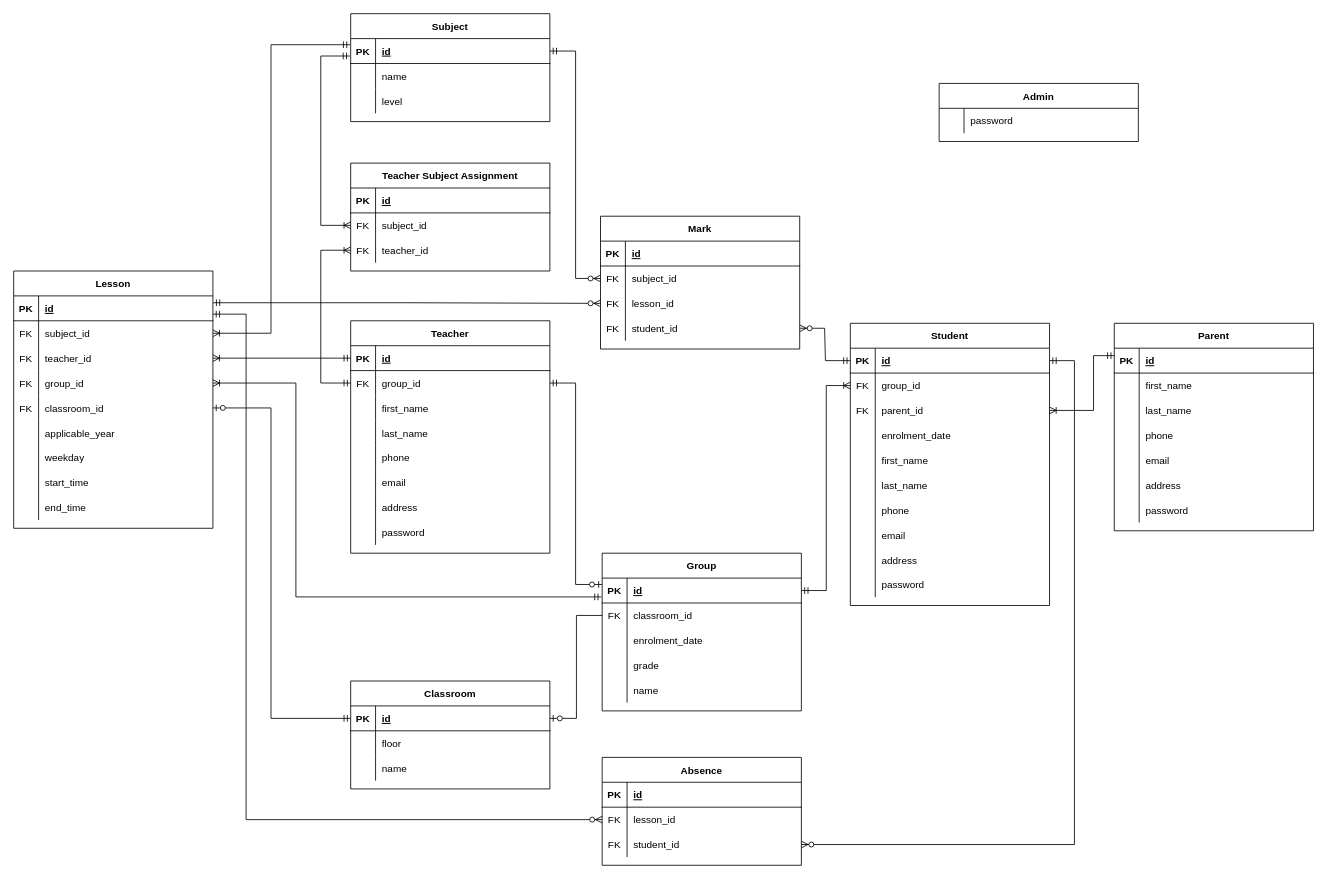
Gherasim-Andrei-Albert/High-School-App keeps this draw.io diagram as Diagrams/High School DB ERD Diagram.drawio.xml. Above is the earlier version. Source tidied: cells renumbered, new cells numbered last; positions are measured from the earlier drawing's top-left corner, leaving out a move shared by most shapes. Both pictures are drawn from the tidied source at 83%, with x=0, y=0 at pixel (13, 13).
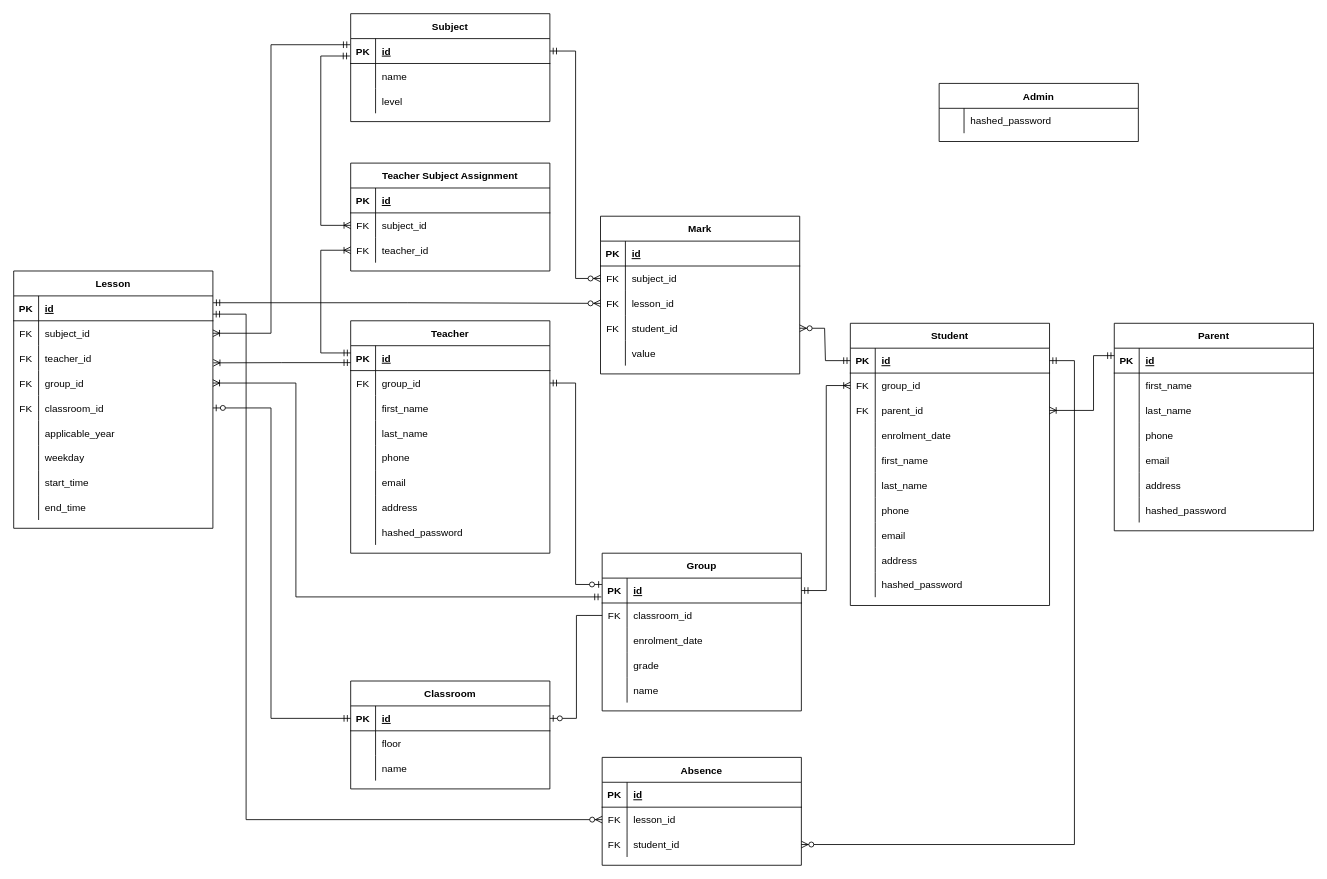
Above is the later version.

Commit message (it also covers changes not shown here):
fixed mistakes on db diagram

The change refers to these unchanged cells:
```xml
<mxCell id="3" style="shape=partialRectangle;fillColor=none;points=[[0,0.5],[1,0.5]];portConstraint=eastwest;top=0;left=0;right=0;bottom=1;" parent="2" vertex="1">
  <mxGeometry y="30" width="240" height="30" as="geometry" />
</mxCell>
<mxCell id="6" style="shape=partialRectangle;fillColor=none;points=[[0,0.5],[1,0.5]];portConstraint=eastwest;top=0;left=0;right=0;bottom=0;" parent="2" vertex="1">
  <mxGeometry y="60" width="240" height="30" as="geometry" />
</mxCell>
<mxCell id="24" style="shape=partialRectangle;fillColor=none;top=0;left=0;right=0;bottom=0;" parent="2" vertex="1">
  <mxGeometry y="240" width="240" height="30" as="geometry" />
</mxCell>
<mxCell id="55" style="shape=partialRectangle;fillColor=none;top=0;left=0;right=0;bottom=0;" parent="27" vertex="1">
  <mxGeometry y="300" width="240" height="30" as="geometry" />
</mxCell>
<mxCell id="107" style="shape=partialRectangle;fillColor=none;points=[[0,0.5],[1,0.5]];portConstraint=eastwest;top=0;left=0;right=0;bottom=0;" parent="100" vertex="1">
  <mxGeometry y="90" width="240" height="30" as="geometry" />
</mxCell>
<mxCell id="131" style="shape=partialRectangle;fillColor=none;top=0;left=0;right=0;bottom=0;" parent="112" vertex="1">
  <mxGeometry y="210" width="240" height="30" as="geometry" />
</mxCell>
<mxCell id="142" style="shape=partialRectangle;fillColor=none;points=[[0,0.5],[1,0.5]];portConstraint=eastwest;top=0;left=0;right=0;bottom=0;flipV=1;" parent="135" vertex="1">
  <mxGeometry y="90" width="240" height="30" as="geometry" />
</mxCell>
<mxCell id="193" style="shape=partialRectangle;fillColor=none;top=0;left=0;right=0;bottom=0;" parent="192" vertex="1">
  <mxGeometry y="30" width="240" height="30" as="geometry" />
</mxCell>
```

Diff of the diagram source:
```diff
@@
-    <mxCell id="26" value="password" style="shape=partialRectangle;overflow=hidden;fillColor=none;top=0;left=0;bottom=0;right=0;align=left;spacingLeft=6;" parent="24" vertex="1">
+    <mxCell id="26" value="hashed_password" style="shape=partialRectangle;overflow=hidden;fillColor=none;top=0;left=0;bottom=0;right=0;align=left;spacingLeft=6;" parent="24" vertex="1">
       <mxGeometry x="30" width="210" height="30" as="geometry" />
     </mxCell>
@@
-    <mxCell id="57" value="password" style="shape=partialRectangle;overflow=hidden;fillColor=none;top=0;left=0;bottom=0;right=0;align=left;spacingLeft=6;" parent="55" vertex="1">
+    <mxCell id="57" value="hashed_password" style="shape=partialRectangle;overflow=hidden;fillColor=none;top=0;left=0;bottom=0;right=0;align=left;spacingLeft=6;" parent="55" vertex="1">
       <mxGeometry x="30" width="210" height="30" as="geometry" />
     </mxCell>
@@
     <mxCell id="84" value="Mark" style="shape=table;startSize=30;childLayout=tableLayout;rowLines=0;fontStyle=1;align=center;" parent="1" vertex="1">
-      <mxGeometry x="707" y="244" width="240" height="160" as="geometry" />
+      <mxGeometry x="707" y="244" width="240" height="190" as="geometry" />
     </mxCell>
@@
+    <mxCell id="196" style="shape=partialRectangle;fillColor=none;top=0;left=0;right=0;bottom=0;" parent="84" vertex="1">
+      <mxGeometry y="150" width="240" height="30" as="geometry" />
+    </mxCell>
+    <mxCell id="197" style="shape=partialRectangle;overflow=hidden;fillColor=none;top=0;left=0;bottom=0;right=0;" parent="196" vertex="1">
+      <mxGeometry width="30" height="30" as="geometry" />
+    </mxCell>
+    <mxCell id="198" value="value" style="shape=partialRectangle;overflow=hidden;fillColor=none;top=0;left=0;bottom=0;right=0;align=left;spacingLeft=6;" parent="196" vertex="1">
+      <mxGeometry x="30" width="210" height="30" as="geometry" />
+    </mxCell>
@@
-    <mxCell id="110" style="fontSize=12;html=1;endArrow=ERoneToMany;startArrow=ERmandOne;rounded=0;entryX=0;entryY=0.5;entryDx=0;entryDy=0;exitX=0;exitY=0.5;exitDx=0;exitDy=0;edgeStyle=elbowEdgeStyle;" parent="1" edge="1" source="6" target="107">
+    <mxCell id="110" style="fontSize=12;html=1;endArrow=ERoneToMany;startArrow=ERmandOne;rounded=0;entryX=0;entryY=0.5;entryDx=0;entryDy=0;exitX=0;exitY=0.291;exitDx=0;exitDy=0;edgeStyle=elbowEdgeStyle;exitPerimeter=0;" parent="1" edge="1" source="3" target="107">
       <mxGeometry relative="1" as="geometry">
         <Array as="points">
           <mxPoint x="370" y="440" />
           <mxPoint x="366" y="354" />
         </Array>
       </mxGeometry>
     </mxCell>
@@
-    <mxCell id="133" value="password" style="shape=partialRectangle;overflow=hidden;fillColor=none;top=0;left=0;bottom=0;right=0;align=left;spacingLeft=6;" parent="131" vertex="1">
+    <mxCell id="133" value="hashed_password" style="shape=partialRectangle;overflow=hidden;fillColor=none;top=0;left=0;bottom=0;right=0;align=left;spacingLeft=6;" parent="131" vertex="1">
       <mxGeometry x="30" width="210" height="30" as="geometry" />
     </mxCell>
@@
-    <mxCell id="164" style="fontSize=12;html=1;endArrow=ERoneToMany;startArrow=ERmandOne;rounded=0;exitX=0;exitY=0.5;exitDx=0;exitDy=0;entryX=1;entryY=0.5;entryDx=0;entryDy=0;edgeStyle=elbowEdgeStyle;" parent="1" edge="1" source="3" target="142">
+    <mxCell id="164" style="fontSize=12;html=1;endArrow=ERoneToMany;startArrow=ERmandOne;rounded=0;entryX=1.002;entryY=0.311;entryDx=0;entryDy=0;edgeStyle=elbowEdgeStyle;exitX=0;exitY=0.681;exitDx=0;exitDy=0;exitPerimeter=0;entryPerimeter=0;" parent="1" edge="1" source="3" target="142">
       <mxGeometry relative="1" as="geometry" />
     </mxCell>
@@
-    <mxCell id="195" value="password" style="shape=partialRectangle;overflow=hidden;fillColor=none;top=0;left=0;bottom=0;right=0;align=left;spacingLeft=6;" parent="193" vertex="1">
+    <mxCell id="195" value="hashed_password" style="shape=partialRectangle;overflow=hidden;fillColor=none;top=0;left=0;bottom=0;right=0;align=left;spacingLeft=6;" parent="193" vertex="1">
       <mxGeometry x="30" width="210" height="30" as="geometry" />
     </mxCell>
```
